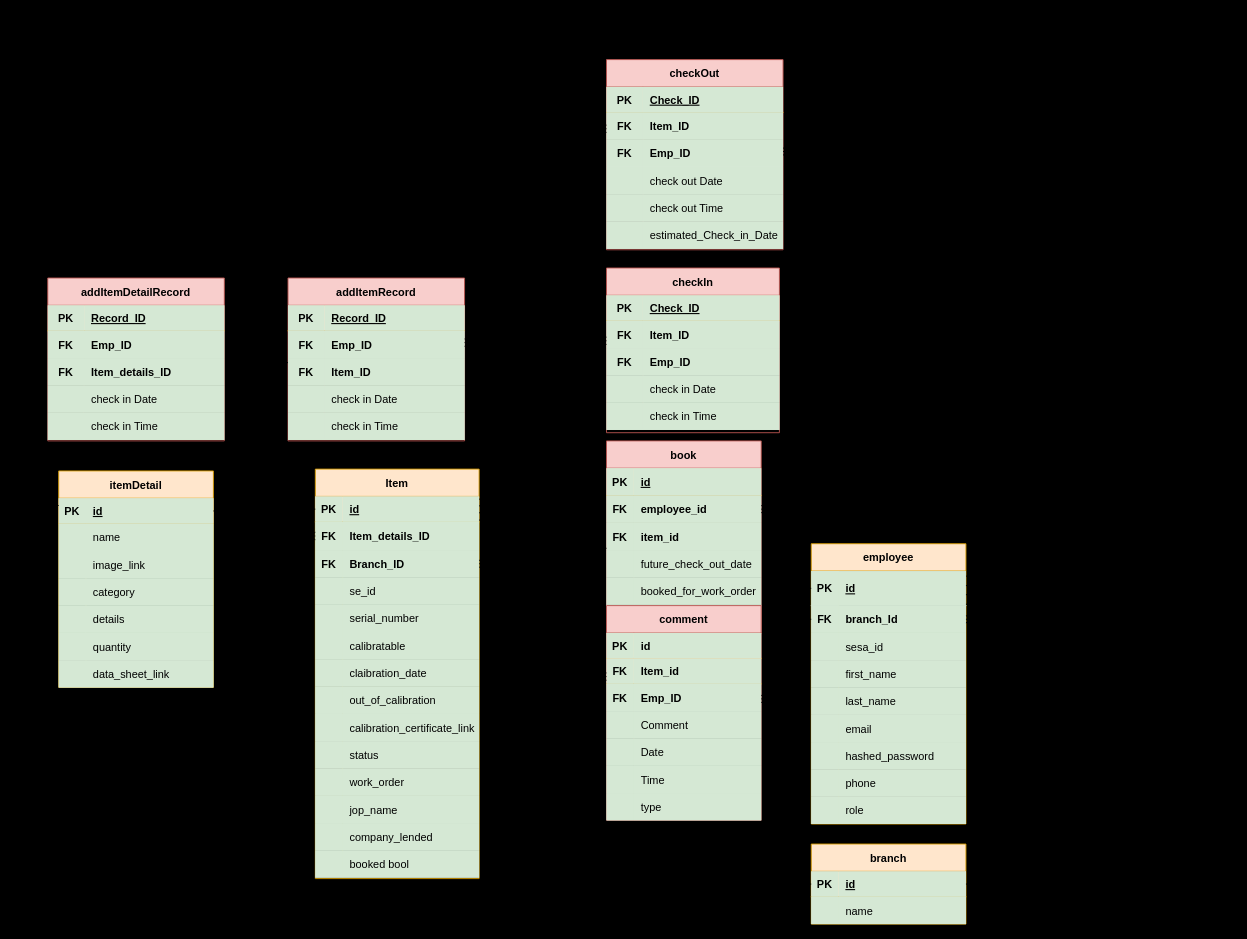
Above: schema.drawio in SeragAmged/wareHouseApi (draw.io), before the change. Source tidied: cells renumbered, new cells numbered last; positions are measured from the earlier drawing's top-left corner, leaving out a move shared by most shapes. Both pictures are drawn from the tidied source at 91%, with x=0, y=0 at pixel (15, 15).
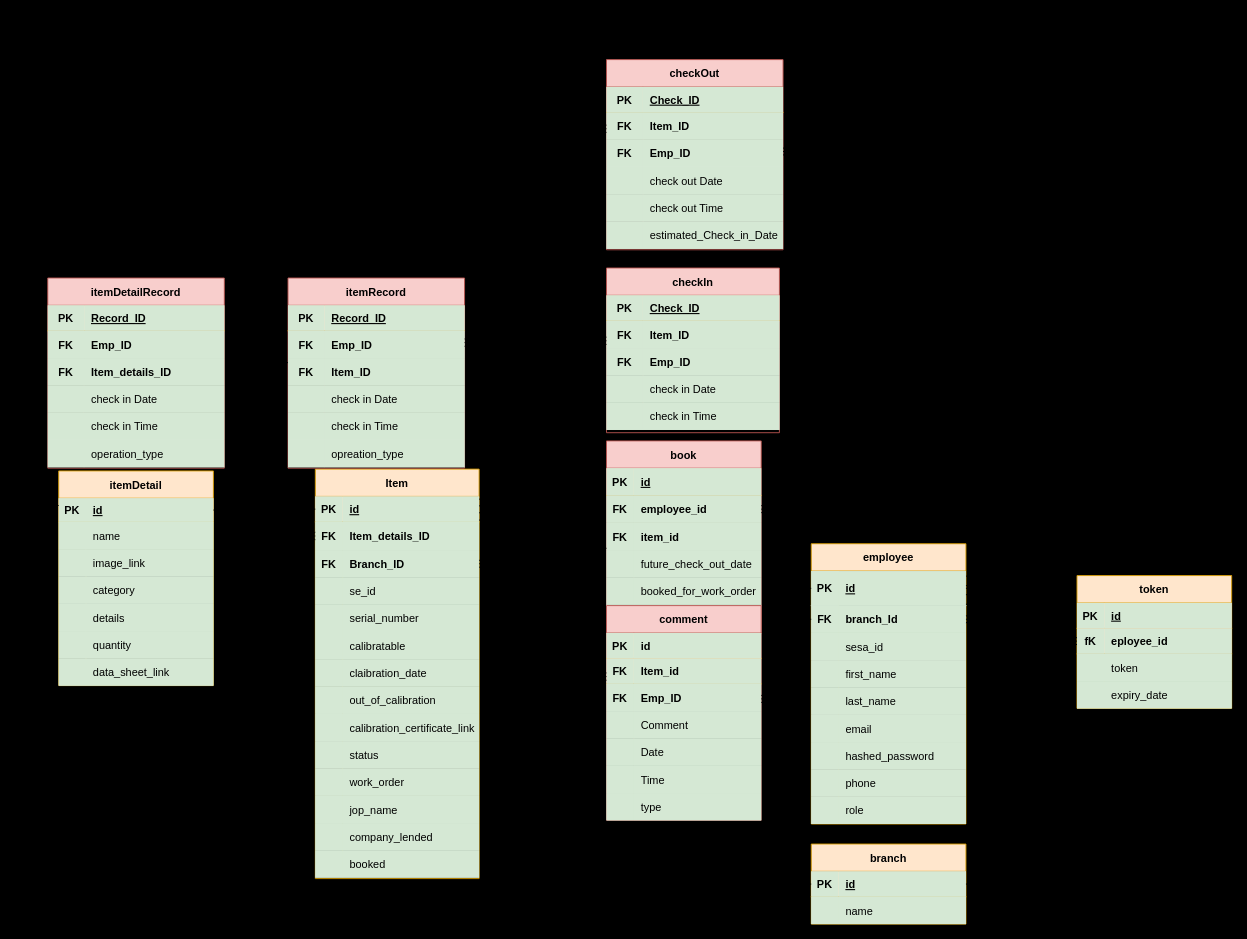
The same diagram, later.

Unchanged cells that the change refers to:
```xml
<mxCell id="6" style="shape=partialRectangle;fillColor=#d5e8d4;top=0;left=0;bottom=0;right=0;points=[[0,0.5],[1,0.5]];portConstraint=eastwest;strokeColor=#82b366;fontColor=#000000;" parent="2" vertex="1">
  <mxGeometry y="58" width="180" height="31" as="geometry" />
</mxCell>
<mxCell id="42" style="shape=partialRectangle;fillColor=#d5e8d4;top=0;left=0;bottom=0;right=0;strokeColor=#82b366;fontColor=#000000;" parent="2" vertex="1">
  <mxGeometry y="419" width="180" height="30" as="geometry" />
</mxCell>
<mxCell id="46" style="shape=partialRectangle;fillColor=#d5e8d4;top=0;left=0;bottom=1;right=0;points=[[0,0.5],[1,0.5]];portConstraint=eastwest;strokeColor=#D5E8D4;fillStyle=solid;fontColor=#000000;" parent="45" vertex="1">
  <mxGeometry y="30" width="170" height="38" as="geometry" />
</mxCell>
```

The edit, as a diff of the source:
```diff
@@
-    <mxCell id="44" value="booked bool" style="shape=partialRectangle;fillColor=#d5e8d4;top=0;left=0;bottom=0;right=0;align=left;spacingLeft=6;overflow=hidden;strokeColor=#82b366;fontColor=#000000;" parent="42" vertex="1">
+    <mxCell id="44" value="booked" style="shape=partialRectangle;fillColor=#d5e8d4;top=0;left=0;bottom=0;right=0;align=left;spacingLeft=6;overflow=hidden;strokeColor=#82b366;fontColor=#000000;" parent="42" vertex="1">
       <mxGeometry x="30" width="150" height="30" as="geometry" />
     </mxCell>
@@
     <mxCell id="92" value="itemDetail" style="shape=table;startSize=30;childLayout=tableLayout;rowLines=0;fontStyle=1;align=center;fillColor=#ffe6cc;strokeColor=#d79b00;fontColor=#000000;" parent="1" vertex="1">
-      <mxGeometry x="48" y="501" width="170" height="238" as="geometry" />
+      <mxGeometry x="48" y="501" width="170" height="235.9" as="geometry" />
     </mxCell>
     <mxCell id="93" style="shape=partialRectangle;fillColor=#ffe6cc;top=0;left=0;bottom=1;right=0;points=[[0,0.5],[1,0.5]];portConstraint=eastwest;strokeColor=#d79b00;fontColor=#000000;" parent="92" vertex="1">
-      <mxGeometry y="30" width="170" height="28" as="geometry" />
+      <mxGeometry y="30" width="170" height="26" as="geometry" />
     </mxCell>
     <mxCell id="94" value="PK" style="shape=partialRectangle;fillColor=#d5e8d4;top=0;left=0;bottom=0;right=0;fontStyle=1;overflow=hidden;strokeColor=#82b366;fontColor=#000000;" parent="93" vertex="1">
-      <mxGeometry width="30" height="28" as="geometry" />
+      <mxGeometry width="30" height="26" as="geometry" />
     </mxCell>
     <mxCell id="95" value="id" style="shape=partialRectangle;fillColor=#d5e8d4;top=0;left=0;bottom=0;right=0;align=left;spacingLeft=6;fontStyle=5;overflow=hidden;strokeColor=#82b366;fontColor=#000000;" parent="93" vertex="1">
-      <mxGeometry x="30" width="140" height="28" as="geometry" />
+      <mxGeometry x="30" width="140" height="26" as="geometry" />
     </mxCell>
     <mxCell id="96" style="shape=partialRectangle;fillColor=#d5e8d4;top=0;left=0;bottom=0;right=0;strokeColor=#82b366;fontColor=#000000;" parent="92" vertex="1">
-      <mxGeometry y="58" width="170" height="30" as="geometry" />
+      <mxGeometry y="56" width="170" height="30" as="geometry" />
     </mxCell>
@@
     <mxCell id="99" style="shape=partialRectangle;fillColor=#d5e8d4;top=0;left=0;bottom=0;right=0;strokeColor=#82b366;fontColor=#000000;" parent="92" vertex="1">
-      <mxGeometry y="88" width="170" height="30" as="geometry" />
+      <mxGeometry y="86" width="170" height="30" as="geometry" />
     </mxCell>
@@
     <mxCell id="102" style="shape=partialRectangle;fillColor=#d5e8d4;top=0;left=0;bottom=0;right=0;strokeColor=#82b366;fontColor=#000000;" parent="92" vertex="1">
-      <mxGeometry y="118" width="170" height="30" as="geometry" />
+      <mxGeometry y="116" width="170" height="30" as="geometry" />
     </mxCell>
@@
     <mxCell id="105" style="shape=partialRectangle;fillColor=#d5e8d4;top=0;left=0;bottom=0;right=0;strokeColor=#82b366;fontColor=#000000;" parent="92" vertex="1">
-      <mxGeometry y="148" width="170" height="30" as="geometry" />
+      <mxGeometry y="146" width="170" height="30" as="geometry" />
     </mxCell>
@@
     <mxCell id="108" style="shape=partialRectangle;fillColor=#d5e8d4;top=0;left=0;bottom=0;right=0;strokeColor=#82b366;fontColor=#000000;" parent="92" vertex="1">
-      <mxGeometry y="178" width="170" height="30" as="geometry" />
+      <mxGeometry y="176" width="170" height="30" as="geometry" />
     </mxCell>
@@
     <mxCell id="111" style="shape=partialRectangle;fillColor=#d5e8d4;top=0;left=0;bottom=0;right=0;strokeColor=#82b366;fontColor=#000000;" parent="92" vertex="1">
-      <mxGeometry y="208" width="170" height="30" as="geometry" />
+      <mxGeometry y="206" width="170" height="30" as="geometry" />
     </mxCell>
@@
     <mxCell id="162" style="edgeStyle=orthogonalEdgeStyle;fontSize=12;html=1;endArrow=ERzeroToMany;startArrow=ERmandOne;rounded=0;exitX=1;exitY=0.5;exitDx=0;exitDy=0;entryX=0;entryY=0.5;entryDx=0;entryDy=0;fontColor=#000000;endFill=0;" parent="1" edge="1" source="93" target="6">
       <mxGeometry relative="1" as="geometry">
         <Array as="points">
-          <mxPoint x="270" y="545" />
+          <mxPoint x="267" y="544" />
+          <mxPoint x="267" y="573" />
           <mxPoint x="270" y="573" />
         </Array>
       </mxGeometry>
     </mxCell>
@@
-    <mxCell id="167" value="addItemRecord" style="shape=table;startSize=30;childLayout=tableLayout;rowLines=0;fontStyle=1;align=center;fillColor=#f8cecc;strokeColor=#b85450;fontColor=#000000;" parent="1" vertex="1">
-      <mxGeometry x="300" y="289" width="194" height="179" as="geometry" />
+    <mxCell id="167" value="itemRecord" style="shape=table;startSize=30;childLayout=tableLayout;rowLines=0;fontStyle=1;align=center;fillColor=#f8cecc;strokeColor=#b85450;fontColor=#000000;" parent="1" vertex="1">
+      <mxGeometry x="300" y="289" width="194" height="209" as="geometry" />
     </mxCell>
@@
+    <mxCell id="225" style="shape=partialRectangle;fillColor=#d5e8d4;top=0;left=0;bottom=0;right=0;strokeColor=#82b366;fontColor=#000000;" parent="167" vertex="1">
+      <mxGeometry y="178" width="194" height="30" as="geometry" />
+    </mxCell>
+    <mxCell id="226" style="shape=partialRectangle;fillColor=#d5e8d4;top=0;left=0;bottom=0;right=0;overflow=hidden;strokeColor=#82b366;fontStyle=1;fontColor=#000000;" parent="225" vertex="1">
+      <mxGeometry width="40" height="30" as="geometry" />
+    </mxCell>
+    <mxCell id="227" value="opreation_type" style="shape=partialRectangle;fillColor=#d5e8d4;top=0;left=0;bottom=0;right=0;align=left;spacingLeft=6;overflow=hidden;strokeColor=#82b366;fontStyle=0;fontColor=#000000;" parent="225" vertex="1">
+      <mxGeometry x="40" width="154" height="30" as="geometry" />
+    </mxCell>
@@
-    <mxCell id="188" value="addItemDetailRecord" style="shape=table;startSize=30;childLayout=tableLayout;rowLines=0;fontStyle=1;align=center;fillColor=#f8cecc;strokeColor=#b85450;fontColor=#000000;" parent="1" vertex="1">
-      <mxGeometry x="36" y="289" width="194" height="179" as="geometry" />
+    <mxCell id="188" value="itemDetailRecord" style="shape=table;startSize=30;childLayout=tableLayout;rowLines=0;fontStyle=1;align=center;fillColor=#f8cecc;strokeColor=#b85450;fontColor=#000000;" parent="1" vertex="1">
+      <mxGeometry x="36" y="289" width="194" height="209" as="geometry" />
     </mxCell>
@@
+    <mxCell id="228" style="shape=partialRectangle;fillColor=#d5e8d4;top=0;left=0;bottom=0;right=0;strokeColor=#82b366;fontColor=#000000;" parent="188" vertex="1">
+      <mxGeometry y="178" width="194" height="30" as="geometry" />
+    </mxCell>
+    <mxCell id="229" style="shape=partialRectangle;fillColor=#d5e8d4;top=0;left=0;bottom=0;right=0;overflow=hidden;strokeColor=#82b366;fontStyle=1;fontColor=#000000;" parent="228" vertex="1">
+      <mxGeometry width="40" height="30" as="geometry" />
+    </mxCell>
+    <mxCell id="230" value="operation_type" style="shape=partialRectangle;fillColor=#d5e8d4;top=0;left=0;bottom=0;right=0;align=left;spacingLeft=6;overflow=hidden;strokeColor=#82b366;fontStyle=0;fontColor=#000000;" parent="228" vertex="1">
+      <mxGeometry x="40" width="154" height="30" as="geometry" />
+    </mxCell>
@@
+    <mxCell id="231" value="token" style="shape=table;startSize=30;childLayout=tableLayout;rowLines=0;fontStyle=1;align=center;fillColor=#ffe6cc;strokeColor=#d79b00;fontColor=#000000;" parent="1" vertex="1">
+      <mxGeometry x="1167" y="616" width="170" height="146" as="geometry" />
+    </mxCell>
+    <mxCell id="232" style="shape=partialRectangle;fillColor=#ffe6cc;top=0;left=0;bottom=1;right=0;strokeColor=#d79b00;fontColor=#000000;" parent="231" vertex="1">
+      <mxGeometry y="30" width="170" height="28" as="geometry" />
+    </mxCell>
+    <mxCell id="233" value="PK" style="shape=partialRectangle;fillColor=#d5e8d4;top=0;left=0;bottom=0;right=0;fontStyle=1;overflow=hidden;strokeColor=#82b366;fontColor=#000000;" parent="232" vertex="1">
+      <mxGeometry width="30" height="28" as="geometry" />
+    </mxCell>
+    <mxCell id="234" value="id" style="shape=partialRectangle;fillColor=#d5e8d4;top=0;left=0;bottom=0;right=0;align=left;spacingLeft=6;fontStyle=5;overflow=hidden;strokeColor=#82b366;fontColor=#000000;" parent="232" vertex="1">
+      <mxGeometry x="30" width="140" height="28" as="geometry" />
+    </mxCell>
+    <mxCell id="235" style="shape=partialRectangle;fillColor=#ffe6cc;top=0;left=0;bottom=1;right=0;points=[[0,0.5],[1,0.5]];portConstraint=eastwest;strokeColor=#d79b00;fontColor=#000000;" parent="231" vertex="1">
+      <mxGeometry y="58" width="170" height="28" as="geometry" />
+    </mxCell>
+    <mxCell id="236" value="fK" style="shape=partialRectangle;fillColor=#d5e8d4;top=0;left=0;bottom=0;right=0;fontStyle=1;overflow=hidden;strokeColor=#82b366;fontColor=#000000;" parent="235" vertex="1">
+      <mxGeometry width="30" height="28" as="geometry" />
+    </mxCell>
+    <mxCell id="237" value="eployee_id" style="shape=partialRectangle;fillColor=#d5e8d4;top=0;left=0;bottom=0;right=0;align=left;spacingLeft=6;fontStyle=1;overflow=hidden;strokeColor=#82b366;fontColor=#000000;" parent="235" vertex="1">
+      <mxGeometry x="30" width="140" height="28" as="geometry" />
+    </mxCell>
+    <mxCell id="238" style="shape=partialRectangle;fillColor=#d5e8d4;top=0;left=0;bottom=0;right=0;strokeColor=#82b366;fontColor=#000000;" parent="231" vertex="1">
+      <mxGeometry y="86" width="170" height="30" as="geometry" />
+    </mxCell>
+    <mxCell id="239" style="shape=partialRectangle;fillColor=#d5e8d4;top=0;left=0;bottom=0;right=0;overflow=hidden;strokeColor=#82b366;fontColor=#000000;" parent="238" vertex="1">
+      <mxGeometry width="30" height="30" as="geometry" />
+    </mxCell>
+    <mxCell id="240" value="token" style="shape=partialRectangle;fillColor=#d5e8d4;top=0;left=0;bottom=0;right=0;align=left;spacingLeft=6;overflow=hidden;strokeColor=#82b366;fontColor=#000000;" parent="238" vertex="1">
+      <mxGeometry x="30" width="140" height="30" as="geometry" />
+    </mxCell>
+    <mxCell id="241" style="shape=partialRectangle;fillColor=#d5e8d4;top=0;left=0;bottom=0;right=0;strokeColor=#82b366;fontColor=#000000;" parent="231" vertex="1">
+      <mxGeometry y="116" width="170" height="30" as="geometry" />
+    </mxCell>
+    <mxCell id="242" style="shape=partialRectangle;fillColor=#d5e8d4;top=0;left=0;bottom=0;right=0;overflow=hidden;strokeColor=#82b366;fontColor=#000000;" parent="241" vertex="1">
+      <mxGeometry width="30" height="30" as="geometry" />
+    </mxCell>
+    <mxCell id="243" value="expiry_date" style="shape=partialRectangle;fillColor=#d5e8d4;top=0;left=0;bottom=0;right=0;align=left;spacingLeft=6;overflow=hidden;strokeColor=#82b366;fontColor=#000000;" parent="241" vertex="1">
+      <mxGeometry x="30" width="140" height="30" as="geometry" />
+    </mxCell>
+    <mxCell id="244" style="html=1;entryX=0;entryY=0.5;entryDx=0;entryDy=0;exitX=1;exitY=0.5;exitDx=0;exitDy=0;startArrow=ERmandOne;startFill=0;endArrow=ERoneToMany;endFill=0;edgeStyle=orthogonalEdgeStyle;" parent="1" edge="1" source="46" target="235">
+      <mxGeometry relative="1" as="geometry" />
+    </mxCell>
```
